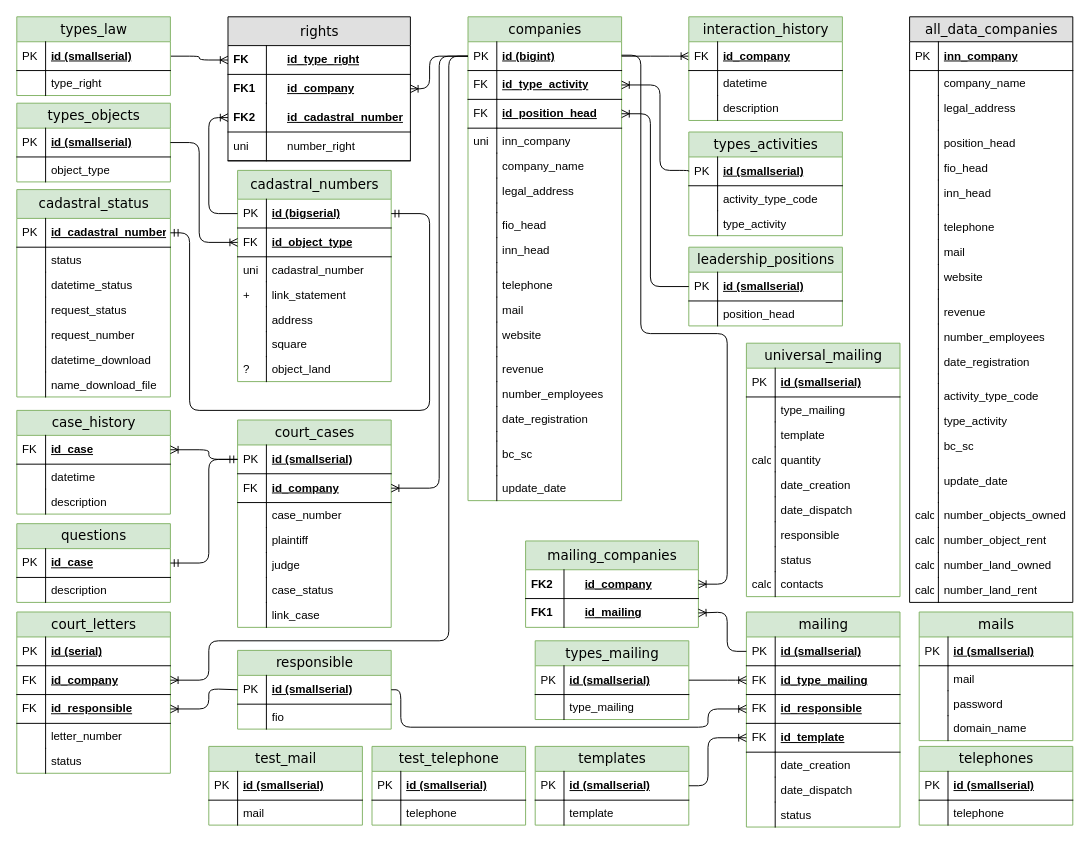
Before: Диаграмма без названия.drawio in meadowse/factorial, a draw.io diagram. Source tidied: cells renumbered, new cells numbered last; positions are measured from the earlier drawing's top-left corner, leaving out a move shared by most shapes. Both pictures are drawn from the tidied source at 96%, with x=0, y=0 at pixel (16, 16).
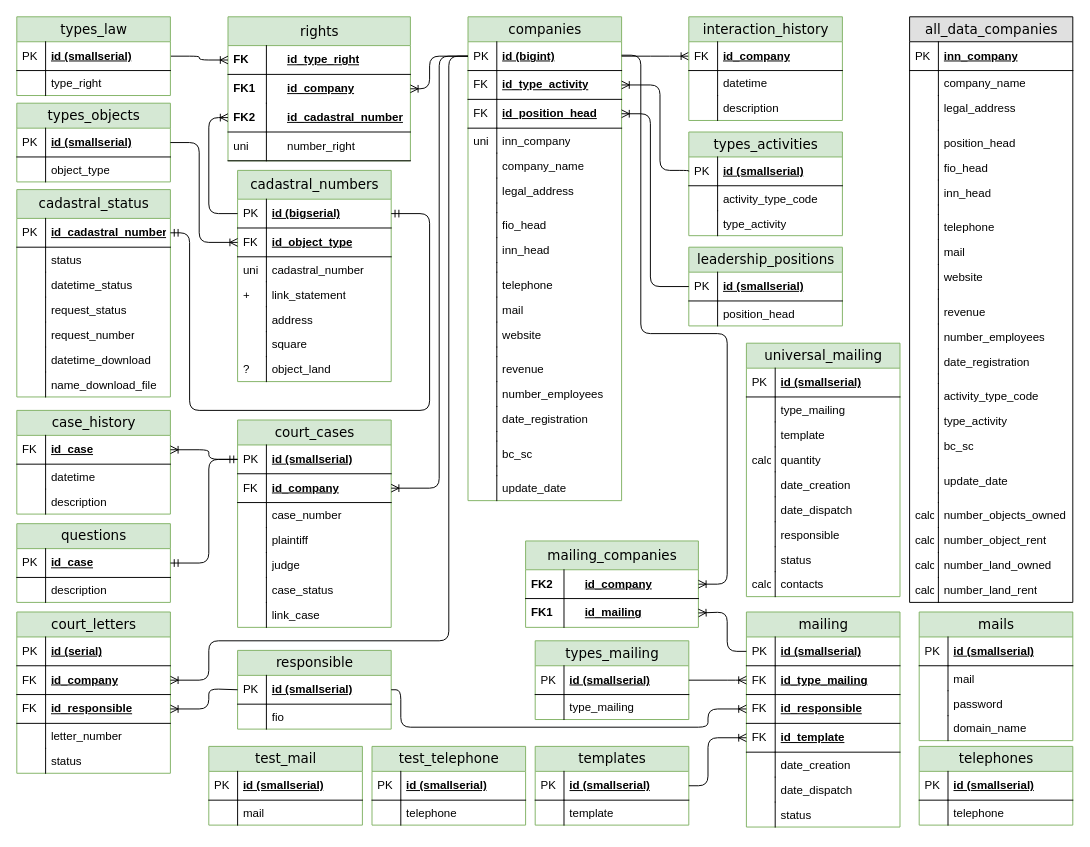
The same diagram, later.

What changed in the source:
```diff
@@
-    <mxCell id="2" value="rights" style="swimlane;html=1;fontStyle=0;horizontal=1;startSize=30;fillColor=#e0e0e0;swimlaneFillColor=#ffffff;align=center;rounded=0;shadow=0;comic=0;labelBackgroundColor=none;strokeWidth=1;fontFamily=Verdana;fontSize=14;" parent="1" vertex="1">
+    <mxCell id="2" value="rights" style="swimlane;html=1;fontStyle=0;horizontal=1;startSize=30;fillColor=#d5e8d4;swimlaneFillColor=#ffffff;align=center;rounded=0;shadow=0;comic=0;labelBackgroundColor=none;strokeWidth=1;fontFamily=Verdana;fontSize=14;strokeColor=#82b366;" parent="1" vertex="1">
       <mxGeometry x="220" width="190" height="150" as="geometry" />
     </mxCell>
```
